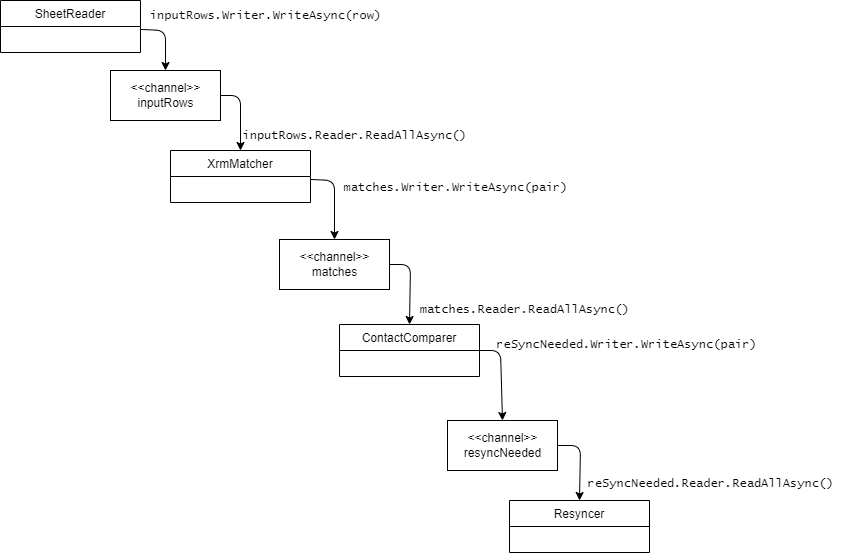
Before: content/note/2023/2023-06-07-1625-til-using-channels-in-dotnet/channels-based-app.drawio.png, a diagram exported from draw.io (synesthesia/site2019). Source tidied: cells renumbered, new cells last; positions are measured from the earlier drawing's top-left corner, leaving out a move shared by most shapes.
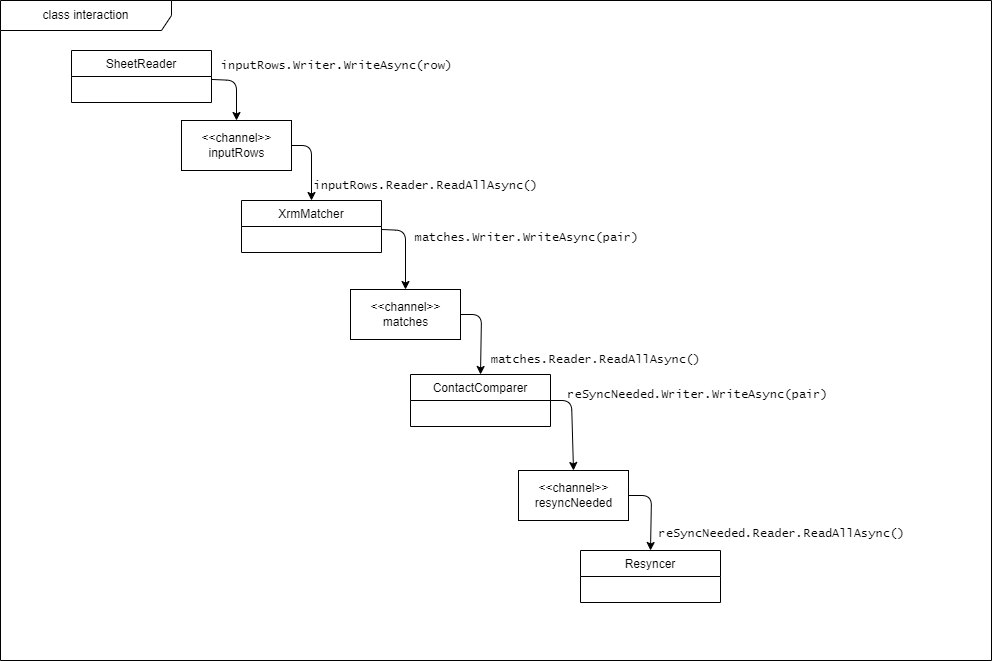
Later version of the same file.

Commit message:
content: edit diagram

Diff of the diagram source:
```diff
@@ -83,5 +83,8 @@
     <mxCell id="20" value="&lt;font face=&quot;Lucida Console&quot;&gt;reSyncNeeded.Reader.ReadAllAsync()&lt;/font&gt;" style="text;html=1;align=center;verticalAlign=middle;strokeColor=none;fillColor=none;" parent="1" vertex="1">
       <mxGeometry x="575" y="468" width="270" height="30" as="geometry" />
     </mxCell>
+    <mxCell id="21" value="class interaction" style="shape=umlFrame;whiteSpace=wrap;html=1;width=171;height=30;" parent="1" vertex="1">
+      <mxGeometry x="-71" y="-50" width="991" height="660" as="geometry" />
+    </mxCell>
   </root>
 </mxGraphModel>
```
